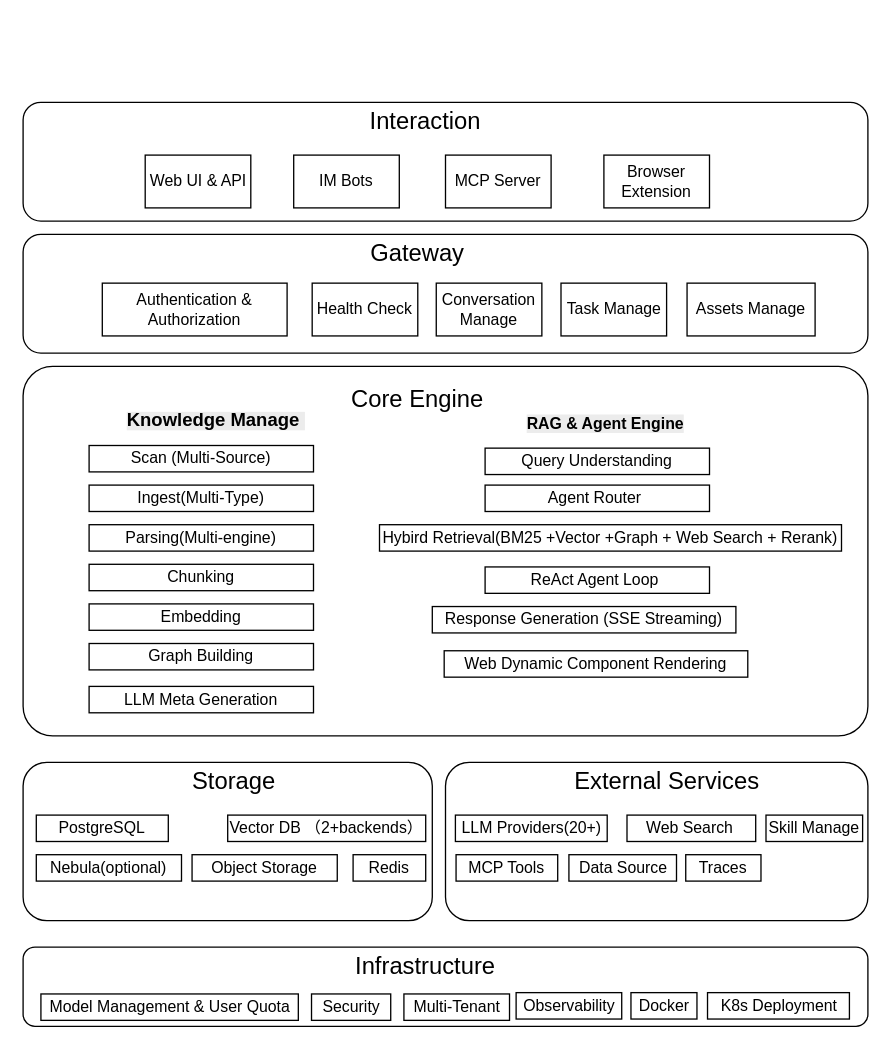
Before: kc_技术架构图.drawio in redpoppet/drawio_hub, a draw.io diagram. Source tidied: cells renumbered, new cells numbered last; positions are measured from the earlier drawing's top-left corner, leaving out a move shared by most shapes. Both pictures are drawn from the tidied source at 132%, with x=0, y=0 at pixel (22, 102).
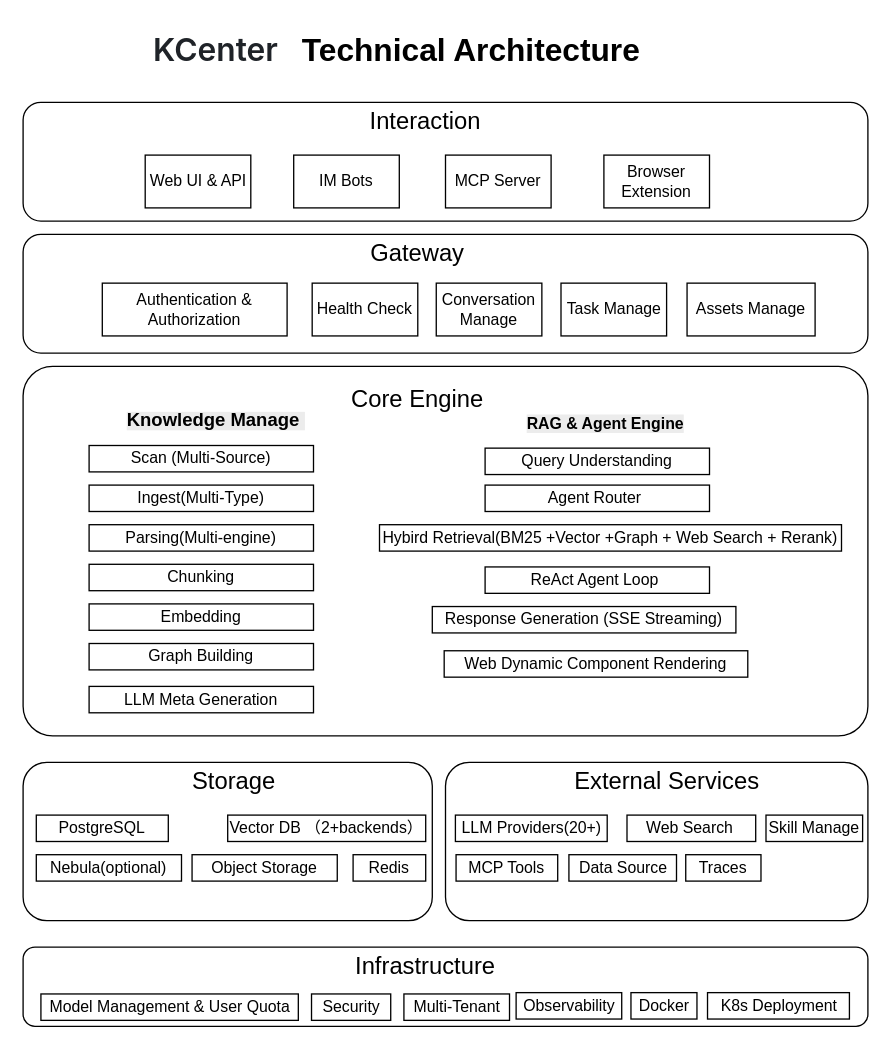
After the change.

Commit message:
更新kc_技术架构图.drawio

Change to the diagram source:
```diff
@@
+    <mxCell id="55" value="&lt;span style=&quot;color: rgb(31, 35, 40); font-family: &amp;quot;Mona Sans VF&amp;quot;, -apple-system, &amp;quot;system-ui&amp;quot;, &amp;quot;Segoe UI&amp;quot;, &amp;quot;Noto Sans&amp;quot;, Helvetica, Arial, sans-serif, &amp;quot;Apple Color Emoji&amp;quot;, &amp;quot;Segoe UI Emoji&amp;quot;; font-style: normal; font-variant-ligatures: normal; font-variant-caps: normal; font-weight: 600; letter-spacing: normal; orphans: 2; text-align: start; text-indent: 0px; text-transform: none; widows: 2; word-spacing: 0px; -webkit-text-stroke-width: 0px; white-space: normal; background-color: rgb(255, 255, 255); text-decoration-thickness: initial; text-decoration-style: initial; text-decoration-color: initial; float: none; display: inline !important;&quot;&gt;&lt;font style=&quot;font-size: 24px;&quot;&gt;KCenter&amp;nbsp; &amp;nbsp;&lt;/font&gt;&lt;/span&gt;&lt;font style=&quot;font-size: 24px;&quot;&gt;&lt;b&gt;Technical Architecture&lt;/b&gt;&lt;/font&gt;&amp;nbsp;" style="text;whiteSpace=wrap;html=1;" parent="1" vertex="1">
+      <mxGeometry x="97.2" y="-60" width="445.5" height="40" as="geometry" />
+    </mxCell>
```
